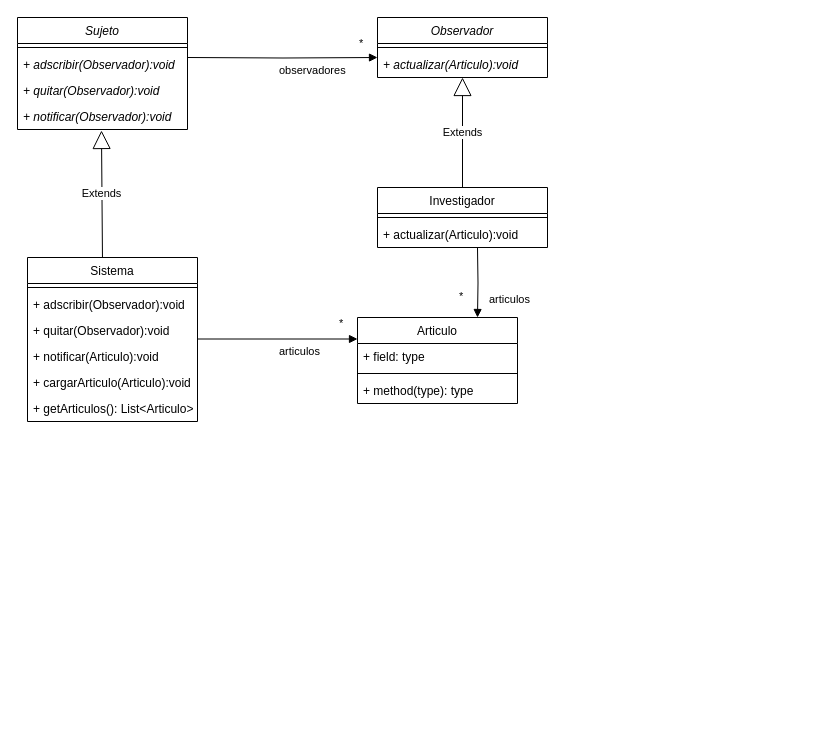
The draw.io diagram unq-po2-Observer-Publicaciones.drawio in nhubczyk/Diagramas-UML, before the edit. Source tidied: cells renumbered, new cells numbered last; positions are measured from the earlier drawing's top-left corner, leaving out a move shared by most shapes. Both pictures are drawn from the tidied source at 100%, with x=0, y=0 at pixel (17, 17).
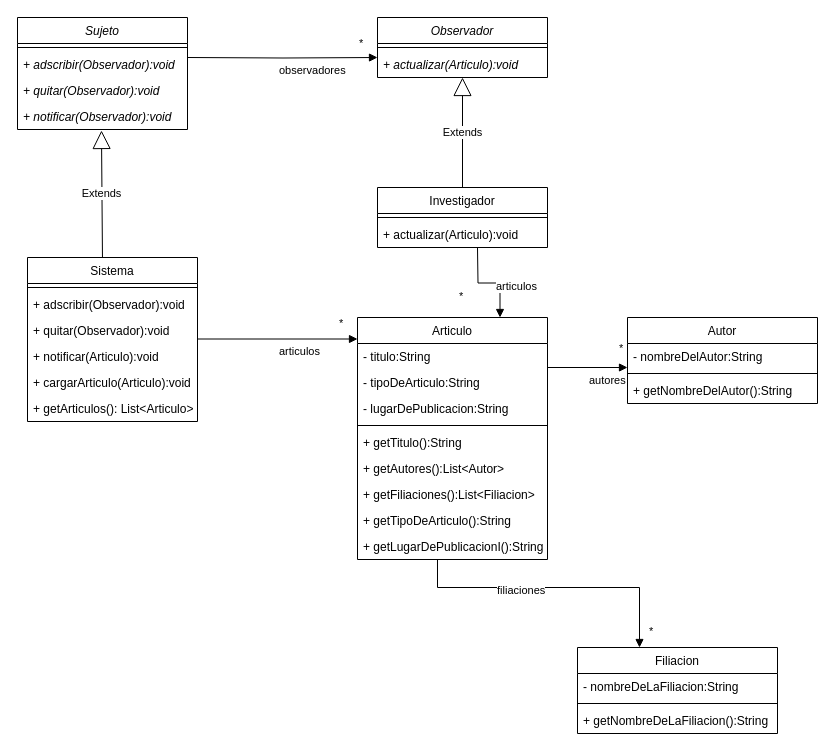
The same diagram, later.

The edit, as a diff of the source:
```diff
@@
     <mxCell id="24" value="Articulo" style="swimlane;fontStyle=0;align=center;verticalAlign=top;horizontal=1;startSize=26;" parent="1" vertex="1">
-      <mxGeometry x="340" y="300" width="160" height="86" as="geometry" />
+      <mxGeometry x="340" y="300" width="190" height="242" as="geometry" />
     </mxCell>
-    <mxCell id="25" value="+ field: type" style="text;strokeColor=none;fillColor=none;align=left;verticalAlign=top;spacingLeft=4;spacingRight=4;overflow=hidden;" parent="24" vertex="1">
-      <mxGeometry y="26" width="160" height="26" as="geometry" />
+    <mxCell id="25" value="- titulo:String" style="text;strokeColor=none;fillColor=none;align=left;verticalAlign=top;spacingLeft=4;spacingRight=4;overflow=hidden;" parent="24" vertex="1">
+      <mxGeometry y="26" width="190" height="26" as="geometry" />
     </mxCell>
+    <mxCell id="32" value="- tipoDeArticulo:String" style="text;strokeColor=none;fillColor=none;align=left;verticalAlign=top;spacingLeft=4;spacingRight=4;overflow=hidden;" parent="24" vertex="1">
+      <mxGeometry y="52" width="190" height="26" as="geometry" />
+    </mxCell>
+    <mxCell id="33" value="- lugarDePublicacion:String" style="text;strokeColor=none;fillColor=none;align=left;verticalAlign=top;spacingLeft=4;spacingRight=4;overflow=hidden;" parent="24" vertex="1">
+      <mxGeometry y="78" width="190" height="26" as="geometry" />
+    </mxCell>
     <mxCell id="26" style="line;strokeWidth=1;fillColor=none;align=left;verticalAlign=middle;spacingTop=-1;spacingLeft=3;spacingRight=3;labelPosition=right;strokeColor=inherit;" parent="24" vertex="1">
-      <mxGeometry y="52" width="160" height="8" as="geometry" />
+      <mxGeometry y="104" width="190" height="8" as="geometry" />
     </mxCell>
-    <mxCell id="27" value="+ method(type): type" style="text;strokeColor=none;fillColor=none;align=left;verticalAlign=top;spacingLeft=4;spacingRight=4;overflow=hidden;" parent="24" vertex="1">
-      <mxGeometry y="60" width="160" height="26" as="geometry" />
+    <mxCell id="27" value="+ getTitulo():String" style="text;strokeColor=none;fillColor=none;align=left;verticalAlign=top;spacingLeft=4;spacingRight=4;overflow=hidden;" parent="24" vertex="1">
+      <mxGeometry y="112" width="190" height="26" as="geometry" />
     </mxCell>
+    <mxCell id="34" value="+ getAutores():List&lt;Autor&gt;" style="text;strokeColor=none;fillColor=none;align=left;verticalAlign=top;spacingLeft=4;spacingRight=4;overflow=hidden;" parent="24" vertex="1">
+      <mxGeometry y="138" width="190" height="26" as="geometry" />
+    </mxCell>
+    <mxCell id="35" value="+ getFiliaciones():List&lt;Filiacion&gt;" style="text;strokeColor=none;fillColor=none;align=left;verticalAlign=top;spacingLeft=4;spacingRight=4;overflow=hidden;" parent="24" vertex="1">
+      <mxGeometry y="164" width="190" height="26" as="geometry" />
+    </mxCell>
+    <mxCell id="36" value="+ getTipoDeArticulo():String" style="text;strokeColor=none;fillColor=none;align=left;verticalAlign=top;spacingLeft=4;spacingRight=4;overflow=hidden;" parent="24" vertex="1">
+      <mxGeometry y="190" width="190" height="26" as="geometry" />
+    </mxCell>
+    <mxCell id="37" value="+ getLugarDePublicacionI():String" style="text;strokeColor=none;fillColor=none;align=left;verticalAlign=top;spacingLeft=4;spacingRight=4;overflow=hidden;points=[[0,0.5],[1,0.5]];portConstraint=eastwest;" parent="24" vertex="1">
+      <mxGeometry y="216" width="190" height="26" as="geometry" />
+    </mxCell>
@@
+    <mxCell id="38" value="Autor" style="swimlane;fontStyle=0;align=center;verticalAlign=top;horizontal=1;startSize=26;" parent="1" vertex="1">
+      <mxGeometry x="610" y="300" width="190" height="86" as="geometry" />
+    </mxCell>
+    <mxCell id="39" value="- nombreDelAutor:String" style="text;strokeColor=none;fillColor=none;align=left;verticalAlign=top;spacingLeft=4;spacingRight=4;overflow=hidden;" parent="38" vertex="1">
+      <mxGeometry y="26" width="190" height="26" as="geometry" />
+    </mxCell>
+    <mxCell id="40" style="line;strokeWidth=1;fillColor=none;align=left;verticalAlign=middle;spacingTop=-1;spacingLeft=3;spacingRight=3;labelPosition=right;strokeColor=inherit;" parent="38" vertex="1">
+      <mxGeometry y="52" width="190" height="8" as="geometry" />
+    </mxCell>
+    <mxCell id="41" value="+ getNombreDelAutor():String" style="text;strokeColor=none;fillColor=none;align=left;verticalAlign=top;spacingLeft=4;spacingRight=4;overflow=hidden;" parent="38" vertex="1">
+      <mxGeometry y="60" width="190" height="26" as="geometry" />
+    </mxCell>
+    <mxCell id="42" value="autores" style="endArrow=block;endFill=1;html=1;edgeStyle=orthogonalEdgeStyle;align=left;verticalAlign=top;rounded=0;" parent="1" edge="1">
+      <mxGeometry relative="1" as="geometry">
+        <mxPoint x="530" y="350" as="sourcePoint" />
+        <mxPoint x="610" y="350" as="targetPoint" />
+      </mxGeometry>
+    </mxCell>
+    <mxCell id="43" value="*" style="edgeLabel;html=1;align=left;verticalAlign=bottom;" parent="42" vertex="1">
+      <mxGeometry x="-1" relative="1" as="geometry">
+        <mxPoint x="70" y="-11" as="offset" />
+      </mxGeometry>
+    </mxCell>
+    <mxCell id="44" value="Filiacion" style="swimlane;fontStyle=0;align=center;verticalAlign=top;horizontal=1;startSize=26;" parent="1" vertex="1">
+      <mxGeometry x="560" y="630" width="200" height="86" as="geometry" />
+    </mxCell>
+    <mxCell id="45" value="- nombreDeLaFiliacion:String" style="text;strokeColor=none;fillColor=none;align=left;verticalAlign=top;spacingLeft=4;spacingRight=4;overflow=hidden;" parent="44" vertex="1">
+      <mxGeometry y="26" width="200" height="26" as="geometry" />
+    </mxCell>
+    <mxCell id="46" style="line;strokeWidth=1;fillColor=none;align=left;verticalAlign=middle;spacingTop=-1;spacingLeft=3;spacingRight=3;labelPosition=right;strokeColor=inherit;" parent="44" vertex="1">
+      <mxGeometry y="52" width="200" height="8" as="geometry" />
+    </mxCell>
+    <mxCell id="47" value="+ getNombreDeLaFiliacion():String" style="text;strokeColor=none;fillColor=none;align=left;verticalAlign=top;spacingLeft=4;spacingRight=4;overflow=hidden;" parent="44" vertex="1">
+      <mxGeometry y="60" width="200" height="26" as="geometry" />
+    </mxCell>
+    <mxCell id="48" value="filiaciones" style="endArrow=block;endFill=1;html=1;edgeStyle=orthogonalEdgeStyle;align=left;verticalAlign=top;rounded=0;entryX=0.31;entryY=0;entryDx=0;entryDy=0;entryPerimeter=0;exitX=0.421;exitY=1;exitDx=0;exitDy=0;exitPerimeter=0;" parent="1" edge="1" source="37" target="44">
+      <mxGeometry x="-0.41" y="10" relative="1" as="geometry">
+        <Array as="points">
+          <mxPoint x="420" y="570" />
+          <mxPoint x="622" y="570" />
+        </Array>
+      </mxGeometry>
+    </mxCell>
+    <mxCell id="49" value="*" style="edgeLabel;html=1;align=left;verticalAlign=bottom;" parent="48" vertex="1">
+      <mxGeometry x="-1" relative="1" as="geometry">
+        <mxPoint x="210" y="80" as="offset" />
+      </mxGeometry>
+    </mxCell>
```
